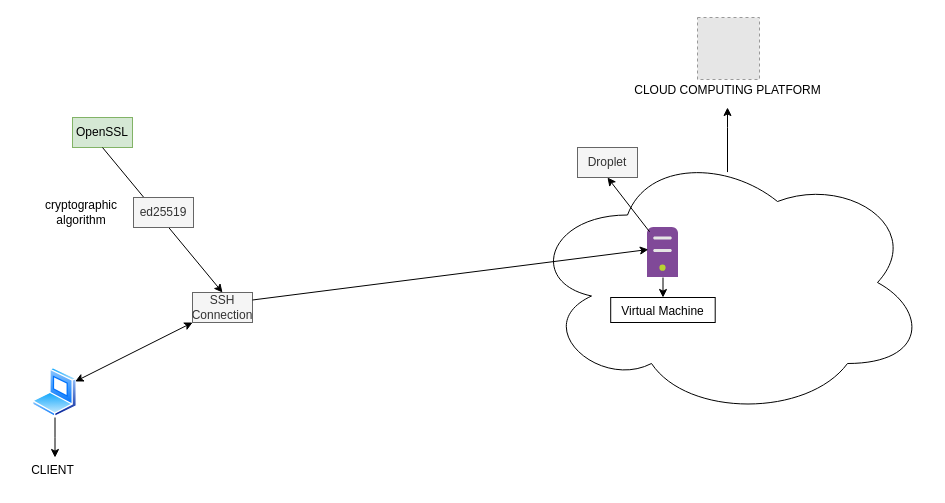
Earlier version of the draw.io diagram page "client + cloud" (2 of 9) of devops/DevOps.drawio (kingsley-ijomah/draw.io). Source tidied: cells renumbered, new cells numbered last; positions are measured from the earlier drawing's top-left corner, leaving out a move shared by most shapes. Both pictures are drawn from the tidied source at 100%, with x=0, y=0 at pixel (17, 17). Pictures stored in the file or linked from it are replaced by grey dashed boxes.
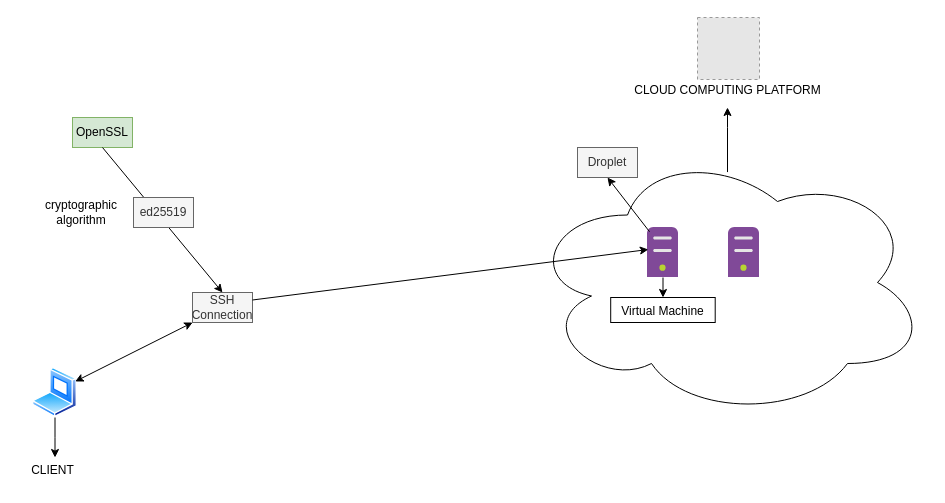
The same page after the edit.

Change to the diagram source:
```diff
@@
+    <mxCell id="21" style="image;sketch=0;html=1;align=center;fontSize=12;image=img/lib/mscae/Non_Azure_Machine.svg;" parent="1" vertex="1">
+      <mxGeometry x="711" y="210" width="31" height="50" as="geometry" />
+    </mxCell>
```
